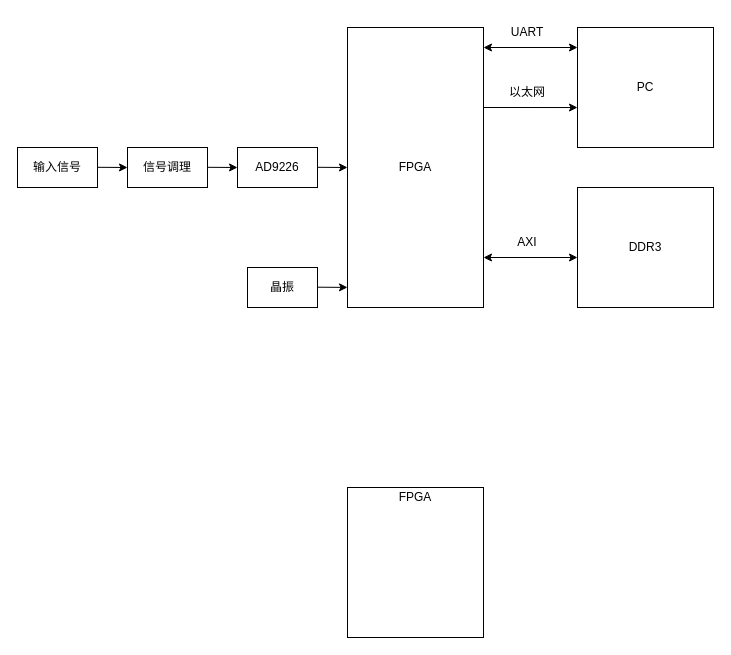
niffffty/drawio_prj keeps this draw.io diagram as adc_zongti.drawio. Above is the earlier version. Source tidied: cells renumbered, new cells numbered last; positions are measured from the earlier drawing's top-left corner, leaving out a move shared by most shapes. Both pictures are drawn from the tidied source at 100%, with x=0, y=0 at pixel (17, 17).
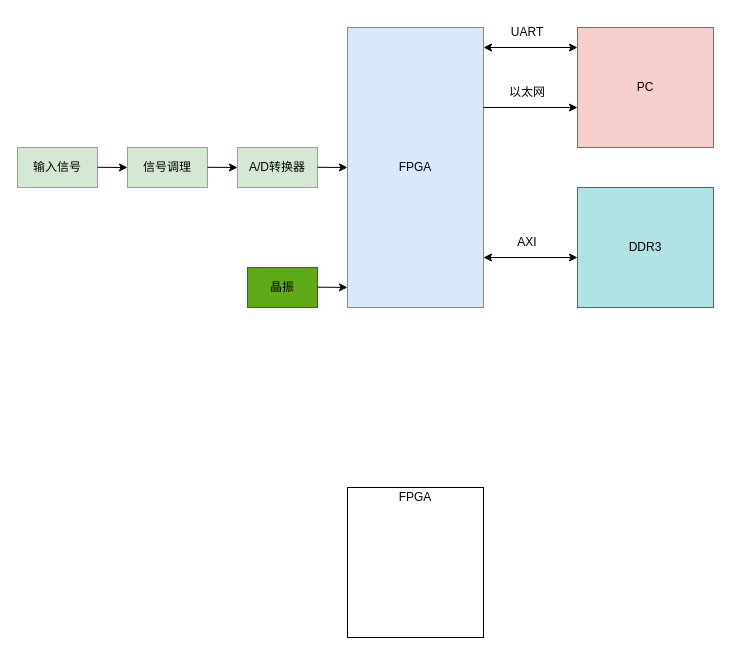
The same diagram, later.

What changed in the source:
```diff
@@
-    <mxCell id="2" style="rounded=0;whiteSpace=wrap;html=1;fillColor=none;" parent="1" vertex="1">
+    <mxCell id="2" style="rounded=0;whiteSpace=wrap;html=1;fillColor=#d5e8d4;strokeColor=#82b366;" parent="1" vertex="1">
       <mxGeometry y="130" width="80" height="40" as="geometry" />
     </mxCell>
@@
-    <mxCell id="4" style="rounded=0;whiteSpace=wrap;html=1;fillColor=none;" parent="1" vertex="1">
+    <mxCell id="4" style="rounded=0;whiteSpace=wrap;html=1;fillColor=#d5e8d4;strokeColor=#82b366;" parent="1" vertex="1">
       <mxGeometry x="110" y="130" width="80" height="40" as="geometry" />
     </mxCell>
@@
-    <mxCell id="6" style="rounded=0;whiteSpace=wrap;html=1;fillColor=none;" parent="1" vertex="1">
+    <mxCell id="6" style="rounded=0;whiteSpace=wrap;html=1;fillColor=#d5e8d4;strokeColor=#82b366;" parent="1" vertex="1">
       <mxGeometry x="220" y="130" width="80" height="40" as="geometry" />
     </mxCell>
@@
-    <mxCell id="8" style="rounded=0;whiteSpace=wrap;html=1;fillColor=none;" parent="1" vertex="1">
+    <mxCell id="8" style="rounded=0;whiteSpace=wrap;html=1;fillColor=#dae8fc;strokeColor=#6c8ebf;" parent="1" vertex="1">
       <mxGeometry x="330" y="10" width="136" height="280" as="geometry" />
     </mxCell>
-    <mxCell id="9" style="rounded=0;whiteSpace=wrap;html=1;fillColor=none;" parent="1" vertex="1">
+    <mxCell id="9" style="rounded=0;whiteSpace=wrap;html=1;fillColor=#f8cecc;strokeColor=#b85450;" parent="1" vertex="1">
       <mxGeometry x="560" y="10" width="136" height="120" as="geometry" />
     </mxCell>
@@
-    <mxCell id="12" value="AD9226" style="text;html=1;align=center;verticalAlign=middle;whiteSpace=wrap;rounded=0;" parent="1" vertex="1">
+    <mxCell id="12" value="A/D转换器" style="text;html=1;align=center;verticalAlign=middle;whiteSpace=wrap;rounded=0;" parent="1" vertex="1">
       <mxGeometry x="230" y="135" width="60" height="30" as="geometry" />
     </mxCell>
@@
-    <mxCell id="18" style="rounded=0;whiteSpace=wrap;html=1;fillColor=none;" parent="1" vertex="1">
+    <mxCell id="18" style="rounded=0;whiteSpace=wrap;html=1;fillColor=#60a917;fontColor=#ffffff;strokeColor=#2D7600;" parent="1" vertex="1">
       <mxGeometry x="230" y="250" width="70" height="40" as="geometry" />
     </mxCell>
@@
-    <mxCell id="23" style="rounded=0;whiteSpace=wrap;html=1;fillColor=none;" parent="1" vertex="1">
+    <mxCell id="23" style="rounded=0;whiteSpace=wrap;html=1;fillColor=#b0e3e6;strokeColor=#0e8088;" parent="1" vertex="1">
       <mxGeometry x="560" y="170" width="136" height="120" as="geometry" />
     </mxCell>
```
